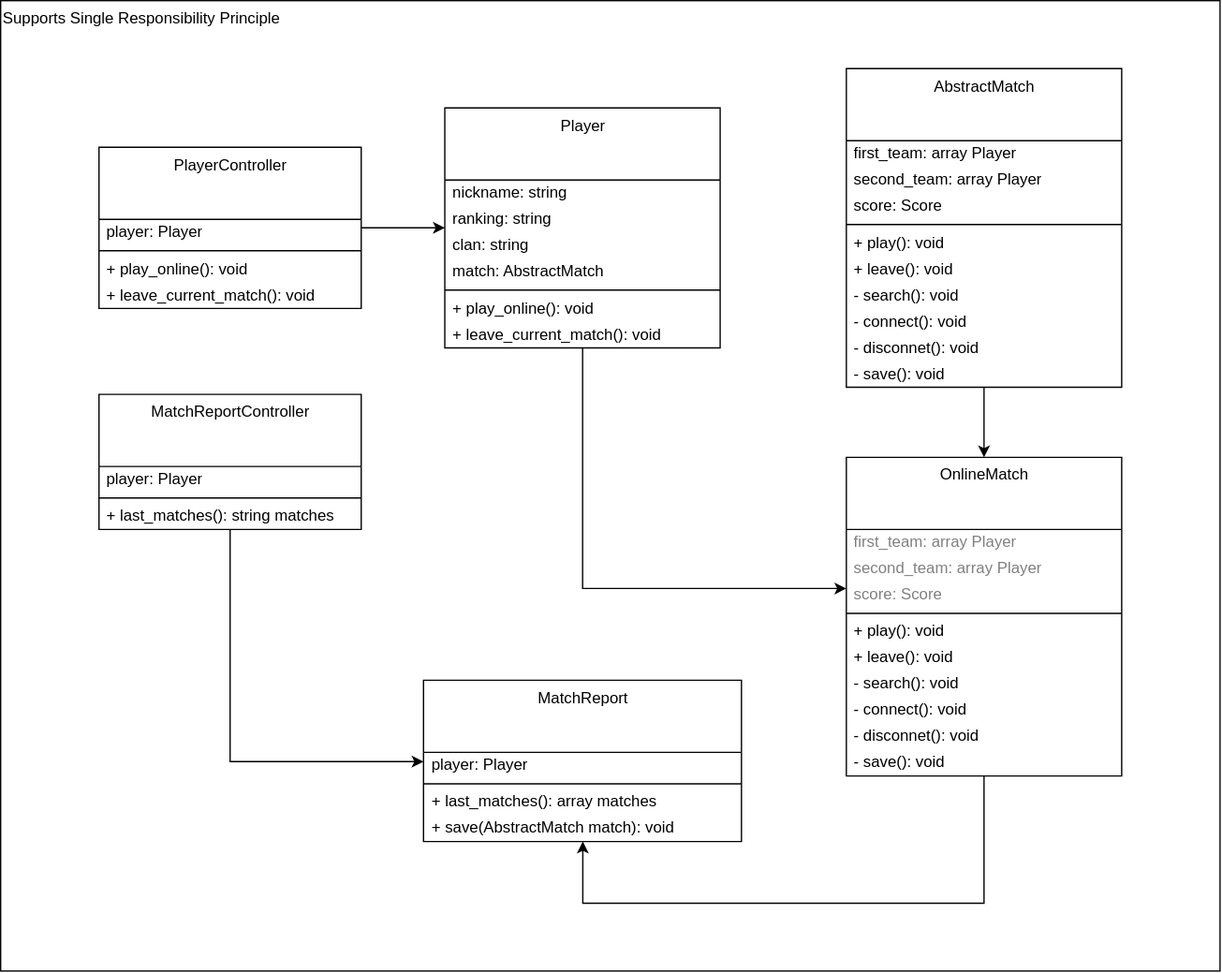
Earlier version of the draw.io export images/clean-code-clean-classes/SRP.svg (GabrielSlima/blog). Source tidied: cells renumbered, new cells last; positions are measured from the earlier drawing's top-left corner, leaving out a move shared by most shapes.
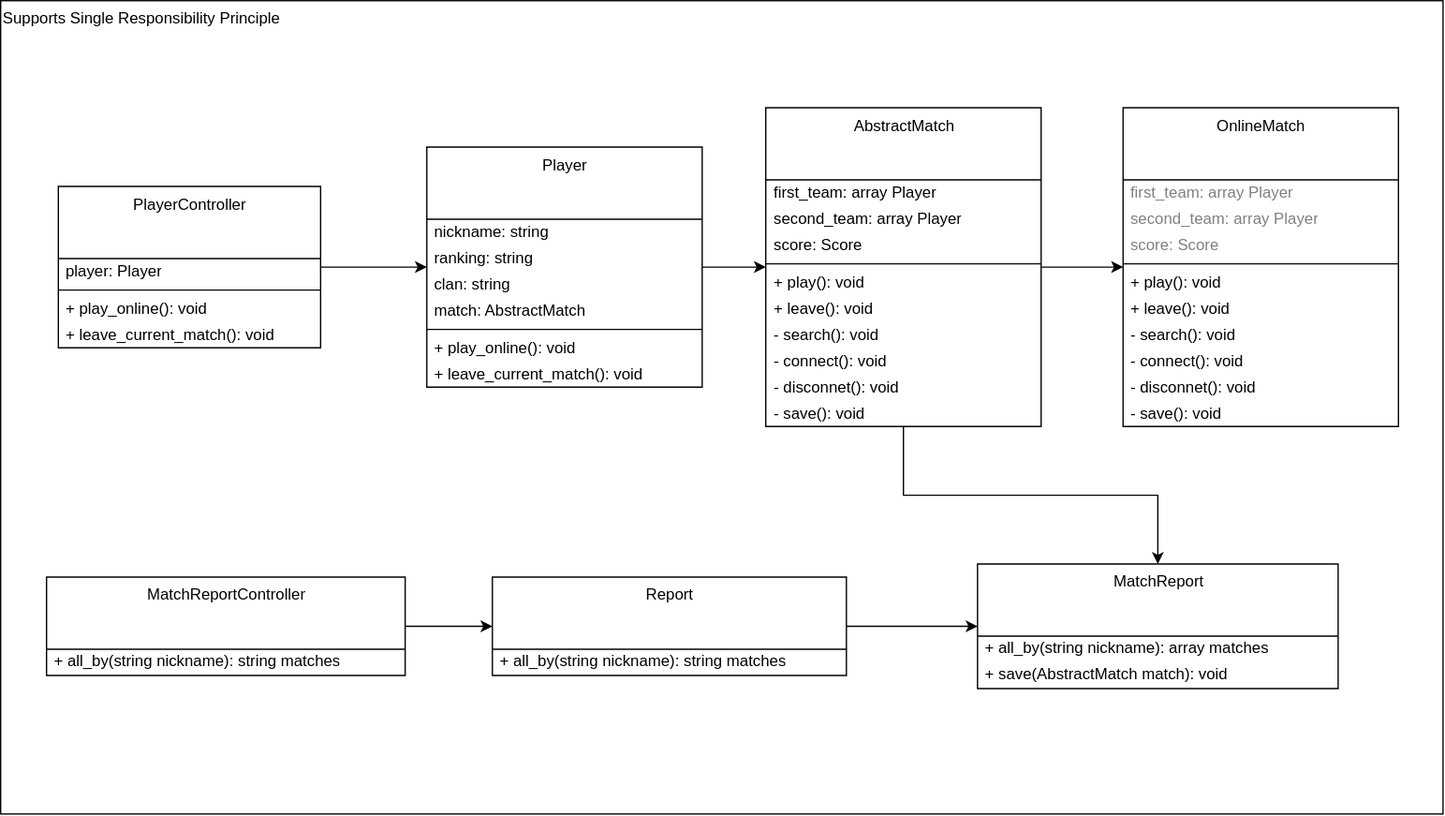
The same diagram one commit later.

The edit, as a diff of the source:
```diff
@@ -3,51 +3,22 @@
     <mxCell id="0" />
     <mxCell id="1" parent="0" />
     <mxCell id="2" value="Supports Single Responsibility Principle" style="rounded=0;whiteSpace=wrap;html=1;fillColor=none;align=left;verticalAlign=top;" parent="1" vertex="1">
-      <mxGeometry width="930" height="740" as="geometry" />
+      <mxGeometry width="1100" height="620" as="geometry" />
     </mxCell>
     <mxCell id="3" value="MatchReport" style="swimlane;fontStyle=0;align=center;verticalAlign=top;horizontal=1;startSize=55;html=1;fillColor=none;" parent="1" vertex="1">
-      <mxGeometry x="322.5" y="518.2" width="242.5" height="123" as="geometry" />
+      <mxGeometry x="745" y="429.4" width="275" height="95" as="geometry" />
     </mxCell>
-    <mxCell id="4" value="player: Player" style="text;html=1;strokeColor=none;fillColor=none;align=left;verticalAlign=middle;spacingLeft=4;spacingRight=4;overflow=hidden;" parent="3" vertex="1">
-      <mxGeometry y="55" width="242.5" height="20" as="geometry" />
-    </mxCell>
-    <mxCell id="5" style="line;strokeWidth=1;fillColor=none;align=left;verticalAlign=middle;spacingTop=-1;spacingLeft=3;spacingRight=3;labelPosition=right;" parent="3" vertex="1">
-      <mxGeometry y="75" width="242.5" height="8" as="geometry" />
-    </mxCell>
-    <mxCell id="6" value="+ last_matches(): array matches" style="text;html=1;strokeColor=none;fillColor=none;align=left;verticalAlign=middle;spacingLeft=4;spacingRight=4;overflow=hidden;" parent="3" vertex="1">
-      <mxGeometry y="83" width="242.5" height="20" as="geometry" />
+    <mxCell id="6" value="+ all_by(string nickname): array matches" style="text;html=1;strokeColor=none;fillColor=none;align=left;verticalAlign=middle;spacingLeft=4;spacingRight=4;overflow=hidden;" parent="3" vertex="1">
+      <mxGeometry y="55" width="275" height="20" as="geometry" />
     </mxCell>
     <mxCell id="7" value="+ save(AbstractMatch match): void" style="text;html=1;strokeColor=none;fillColor=none;align=left;verticalAlign=middle;spacingLeft=4;spacingRight=4;overflow=hidden;" parent="3" vertex="1">
-      <mxGeometry y="103" width="242.5" height="20" as="geometry" />
+      <mxGeometry y="75" width="275" height="20" as="geometry" />
     </mxCell>
-    <mxCell id="8" style="edgeStyle=orthogonalEdgeStyle;rounded=0;jettySize=auto;html=1;" parent="1" edge="1" source="9" target="3">
-      <mxGeometry relative="1" as="geometry">
-        <Array as="points">
-          <mxPoint x="175" y="580.2" />
-        </Array>
-      </mxGeometry>
-    </mxCell>
-    <mxCell id="9" value="MatchReportController" style="swimlane;fontStyle=0;align=center;verticalAlign=top;horizontal=1;startSize=55;html=1;fillColor=none;" parent="1" vertex="1">
-      <mxGeometry x="75" y="300.2" width="200" height="103" as="geometry" />
-    </mxCell>
-    <mxCell id="10" value="&lt;div&gt;player: Player&lt;/div&gt;" style="text;html=1;strokeColor=none;fillColor=none;align=left;verticalAlign=middle;spacingLeft=4;spacingRight=4;overflow=hidden;" parent="9" vertex="1">
-      <mxGeometry y="55" width="200" height="20" as="geometry" />
-    </mxCell>
-    <mxCell id="11" style="line;strokeWidth=1;fillColor=none;align=left;verticalAlign=middle;spacingTop=-1;spacingLeft=3;spacingRight=3;labelPosition=right;" parent="9" vertex="1">
-      <mxGeometry y="75" width="200" height="8" as="geometry" />
-    </mxCell>
-    <mxCell id="12" value="+ last_matches(): string matches" style="text;html=1;strokeColor=none;fillColor=none;align=left;verticalAlign=middle;spacingLeft=4;spacingRight=4;overflow=hidden;" parent="9" vertex="1">
-      <mxGeometry y="83" width="200" height="20" as="geometry" />
-    </mxCell>
-    <mxCell id="13" style="edgeStyle=orthogonalEdgeStyle;rounded=0;jettySize=auto;html=1;fontColor=#808080;" parent="1" edge="1" source="14" target="29">
-      <mxGeometry relative="1" as="geometry">
-        <Array as="points">
-          <mxPoint x="444" y="448.2" />
-        </Array>
-      </mxGeometry>
-    </mxCell>
+    <mxCell id="52" style="edgeStyle=orthogonalEdgeStyle;rounded=0;jettySize=auto;html=1;" parent="1" edge="1" source="14" target="41">
+      <mxGeometry relative="1" as="geometry" />
+    </mxCell>
     <mxCell id="14" value="&lt;div&gt;Player&lt;/div&gt;" style="swimlane;fontStyle=0;align=center;verticalAlign=top;horizontal=1;startSize=55;html=1;fillColor=none;" parent="1" vertex="1">
-      <mxGeometry x="338.8" y="81.8" width="210" height="183" as="geometry" />
+      <mxGeometry x="325" y="111.6" width="210" height="183" as="geometry" />
     </mxCell>
     <mxCell id="15" value="nickname: string" style="text;html=1;strokeColor=none;fillColor=none;align=left;verticalAlign=middle;spacingLeft=4;spacingRight=4;overflow=hidden;" parent="14" vertex="1">
       <mxGeometry y="55" width="210" height="20" as="geometry" />
@@ -74,7 +45,7 @@
       <mxGeometry relative="1" as="geometry" />
     </mxCell>
     <mxCell id="23" value="PlayerController" style="swimlane;fontStyle=0;align=center;verticalAlign=top;horizontal=1;startSize=55;html=1;fillColor=none;" parent="1" vertex="1">
-      <mxGeometry x="75" y="111.8" width="200" height="123" as="geometry" />
+      <mxGeometry x="44" y="141.6" width="200" height="123" as="geometry" />
     </mxCell>
     <mxCell id="24" value="&lt;div&gt;player: Player&lt;/div&gt;" style="text;html=1;strokeColor=none;fillColor=none;align=left;verticalAlign=middle;spacingLeft=4;spacingRight=4;overflow=hidden;" parent="23" vertex="1">
       <mxGeometry y="55" width="200" height="20" as="geometry" />
@@ -88,16 +59,8 @@
     <mxCell id="27" value="+ leave_current_match(): void" style="text;html=1;strokeColor=none;fillColor=none;align=left;verticalAlign=middle;spacingLeft=4;spacingRight=4;overflow=hidden;" parent="23" vertex="1">
       <mxGeometry y="103" width="200" height="20" as="geometry" />
     </mxCell>
-    <mxCell id="28" style="edgeStyle=orthogonalEdgeStyle;rounded=0;jettySize=auto;html=1;fontColor=#808080;" parent="1" edge="1" source="29" target="3">
-      <mxGeometry relative="1" as="geometry">
-        <Array as="points">
-          <mxPoint x="750" y="688.2" />
-          <mxPoint x="444" y="688.2" />
-        </Array>
-      </mxGeometry>
-    </mxCell>
     <mxCell id="29" value="OnlineMatch" style="swimlane;fontStyle=0;align=center;verticalAlign=top;horizontal=1;startSize=55;html=1;fillColor=none;" parent="1" vertex="1">
-      <mxGeometry x="645" y="348.2" width="210" height="243" as="geometry" />
+      <mxGeometry x="856" y="81.6" width="210" height="243" as="geometry" />
     </mxCell>
     <mxCell id="30" value="first_team: array Player" style="text;html=1;strokeColor=none;fillColor=none;align=left;verticalAlign=middle;spacingLeft=4;spacingRight=4;overflow=hidden;fontColor=#808080;" parent="29" vertex="1">
       <mxGeometry y="55" width="210" height="20" as="geometry" />
@@ -129,11 +92,14 @@
     <mxCell id="39" value="- save(): void" style="text;html=1;strokeColor=none;fillColor=none;align=left;verticalAlign=middle;spacingLeft=4;spacingRight=4;overflow=hidden;" parent="29" vertex="1">
       <mxGeometry y="223" width="210" height="20" as="geometry" />
     </mxCell>
-    <mxCell id="40" style="edgeStyle=orthogonalEdgeStyle;rounded=0;jettySize=auto;html=1;entryX=0.5;entryY=0;entryDx=0;entryDy=0;fontColor=#808080;" parent="1" edge="1" source="41" target="29">
+    <mxCell id="40" style="edgeStyle=orthogonalEdgeStyle;rounded=0;jettySize=auto;html=1;" parent="1" edge="1" source="41" target="29">
       <mxGeometry relative="1" as="geometry" />
     </mxCell>
+    <mxCell id="53" style="edgeStyle=orthogonalEdgeStyle;rounded=0;jettySize=auto;html=1;fontColor=#808080;" parent="1" edge="1" source="41" target="3">
+      <mxGeometry relative="1" as="geometry" />
+    </mxCell>
     <mxCell id="41" value="AbstractMatch" style="swimlane;fontStyle=0;align=center;verticalAlign=top;horizontal=1;startSize=55;html=1;fillColor=none;" parent="1" vertex="1">
-      <mxGeometry x="645" y="51.8" width="210" height="243" as="geometry" />
+      <mxGeometry x="583.5" y="81.6" width="210" height="243" as="geometry" />
     </mxCell>
     <mxCell id="42" value="first_team: array Player" style="text;html=1;strokeColor=none;fillColor=none;align=left;verticalAlign=middle;spacingLeft=4;spacingRight=4;overflow=hidden;" parent="41" vertex="1">
       <mxGeometry y="55" width="210" height="20" as="geometry" />
@@ -165,5 +131,23 @@
     <mxCell id="51" value="- save(): void" style="text;html=1;strokeColor=none;fillColor=none;align=left;verticalAlign=middle;spacingLeft=4;spacingRight=4;overflow=hidden;" parent="41" vertex="1">
       <mxGeometry y="223" width="210" height="20" as="geometry" />
     </mxCell>
+    <mxCell id="54" style="edgeStyle=orthogonalEdgeStyle;rounded=0;jettySize=auto;html=1;entryX=0;entryY=0.5;entryDx=0;entryDy=0;fontColor=#808080;" parent="1" edge="1" source="9" target="57">
+      <mxGeometry relative="1" as="geometry" />
+    </mxCell>
+    <mxCell id="9" value="MatchReportController" style="swimlane;fontStyle=0;align=center;verticalAlign=top;horizontal=1;startSize=55;html=1;fillColor=none;" parent="1" vertex="1">
+      <mxGeometry x="35" y="439.4" width="273.5" height="75" as="geometry" />
+    </mxCell>
+    <mxCell id="55" value="+ all_by(string nickname): string matches" style="text;html=1;strokeColor=none;fillColor=none;align=left;verticalAlign=middle;spacingLeft=4;spacingRight=4;overflow=hidden;" parent="9" vertex="1">
+      <mxGeometry y="55" width="273.5" height="20" as="geometry" />
+    </mxCell>
+    <mxCell id="56" style="edgeStyle=orthogonalEdgeStyle;rounded=0;jettySize=auto;html=1;fontColor=#808080;" parent="1" edge="1" source="57" target="3">
+      <mxGeometry relative="1" as="geometry" />
+    </mxCell>
+    <mxCell id="57" value="Report" style="swimlane;fontStyle=0;align=center;verticalAlign=top;horizontal=1;startSize=55;html=1;fillColor=none;" parent="1" vertex="1">
+      <mxGeometry x="375" y="439.4" width="270" height="75" as="geometry" />
+    </mxCell>
+    <mxCell id="58" value="+ all_by(string nickname): string matches" style="text;html=1;strokeColor=none;fillColor=none;align=left;verticalAlign=middle;spacingLeft=4;spacingRight=4;overflow=hidden;" parent="57" vertex="1">
+      <mxGeometry y="55" width="270" height="20" as="geometry" />
+    </mxCell>
   </root>
 </mxGraphModel>
```
